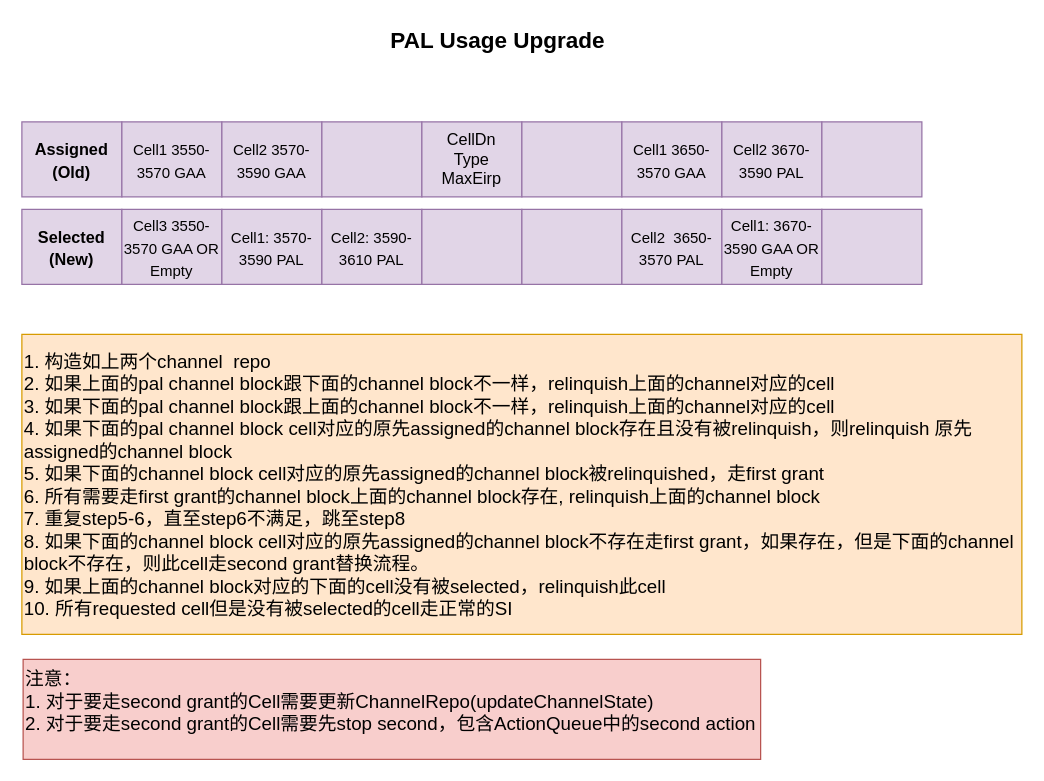
Above: Pal_Change_Algorithm.drawio in xdlhzdh/drawio (draw.io), before the change. Source tidied: cells renumbered, new cells numbered last; positions are measured from the earlier drawing's top-left corner, leaving out a move shared by most shapes. Both pictures are drawn from the tidied source at 125%, with x=0, y=0 at pixel (21, 21).
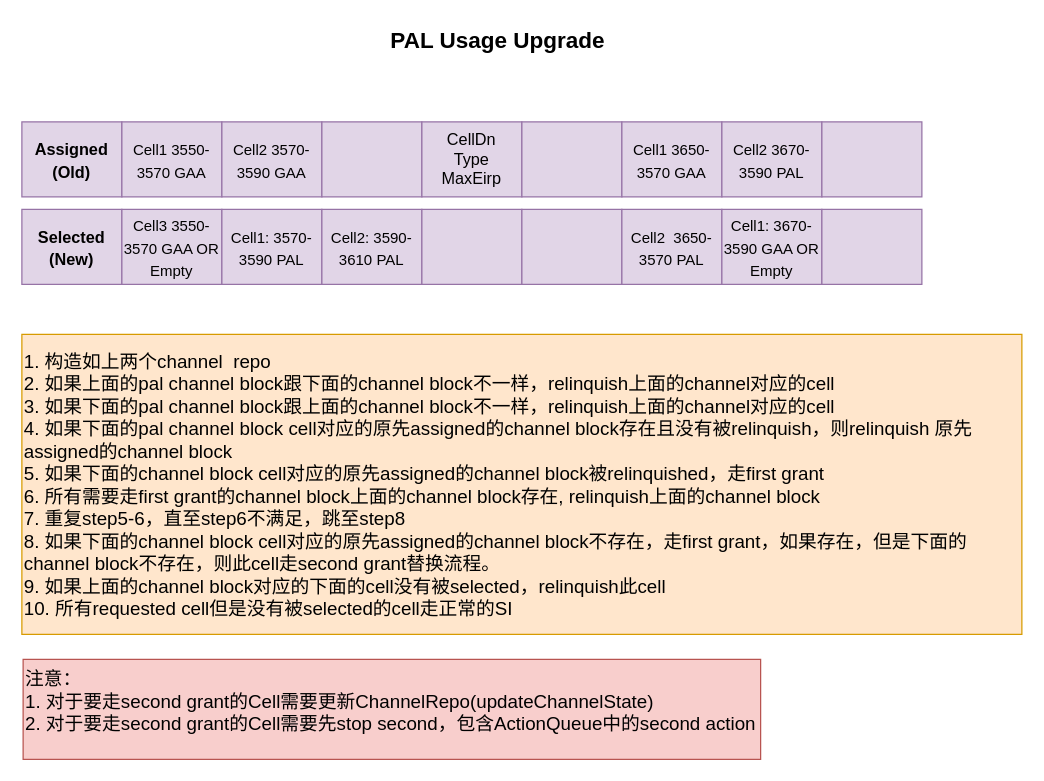
After the change.

What changed in the source:
```diff
@@
-    <mxCell id="2" value="1. 构造如上两个channel&amp;nbsp; repo&lt;br&gt;2. 如果上面的pal channel block跟下面的channel block不一样，relinquish上面的channel对应的cell&lt;br&gt;3. 如果下面的pal channel block跟上面的channel block不一样，relinquish上面的channel对应的cell&lt;br&gt;4. 如果下面的pal channel block cell对应的原先assigned的channel block存在且没有被relinquish，则relinquish 原先assigned的channel&amp;nbsp;block&lt;br&gt;5. 如果下面的channel block cell对应的原先assigned的channel block被relinquished，走first grant&amp;nbsp;&lt;br&gt;6. 所有需要走first grant的channel block上面的channel block存在, relinquish上面的channel block&lt;br&gt;7. 重复step5-6，直至step6不满足，跳至step8&lt;br&gt;8. 如果下面的channel block cell对应的原先assigned的channel block不存在走first grant，如果存在，但是下面的channel block不存在，则此cell走second grant替换流程。&lt;br&gt;9. 如果上面的channel block对应的下面的cell没有被selected，relinquish此cell&lt;br&gt;10. 所有requested cell但是没有被selected的cell走正常的SI" style="rounded=0;whiteSpace=wrap;html=1;align=left;fontSize=15;fillColor=#ffe6cc;strokeColor=#d79b00;" parent="1" vertex="1">
+    <mxCell id="2" value="1. 构造如上两个channel&amp;nbsp; repo&lt;br&gt;2. 如果上面的pal channel block跟下面的channel block不一样，relinquish上面的channel对应的cell&lt;br&gt;3. 如果下面的pal channel block跟上面的channel block不一样，relinquish上面的channel对应的cell&lt;br&gt;4. 如果下面的pal channel block cell对应的原先assigned的channel block存在且没有被relinquish，则relinquish 原先assigned的channel&amp;nbsp;block&lt;br&gt;5. 如果下面的channel block cell对应的原先assigned的channel block被relinquished，走first grant&amp;nbsp;&lt;br&gt;6. 所有需要走first grant的channel block上面的channel block存在, relinquish上面的channel block&lt;br&gt;7. 重复step5-6，直至step6不满足，跳至step8&lt;br&gt;8. 如果下面的channel block cell对应的原先assigned的channel block不存在，走first grant，如果存在，但是下面的channel block不存在，则此cell走second grant替换流程。&lt;br&gt;9. 如果上面的channel block对应的下面的cell没有被selected，relinquish此cell&lt;br&gt;10. 所有requested cell但是没有被selected的cell走正常的SI" style="rounded=0;whiteSpace=wrap;html=1;align=left;fontSize=15;fillColor=#ffe6cc;strokeColor=#d79b00;" parent="1" vertex="1">
       <mxGeometry y="250" width="800" height="240" as="geometry" />
     </mxCell>
```
